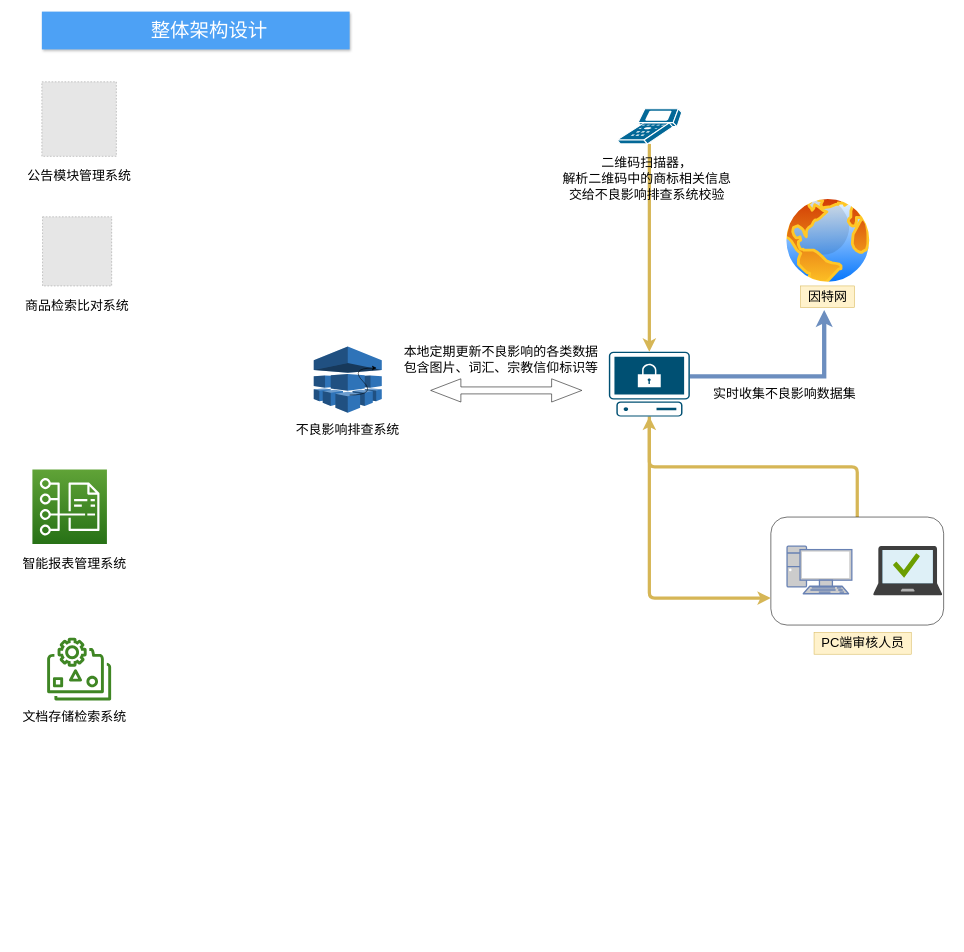
Before: network/overall-architecture-design.drawio in MarchAwake/design-graph, a draw.io diagram. Source tidied: cells renumbered, new cells numbered last; positions are measured from the earlier drawing's top-left corner, leaving out a move shared by most shapes. Both pictures are drawn from the tidied source at 54%, with x=0, y=0 at pixel (9, 11). Pictures stored in the file or linked from it are replaced by grey dashed boxes.
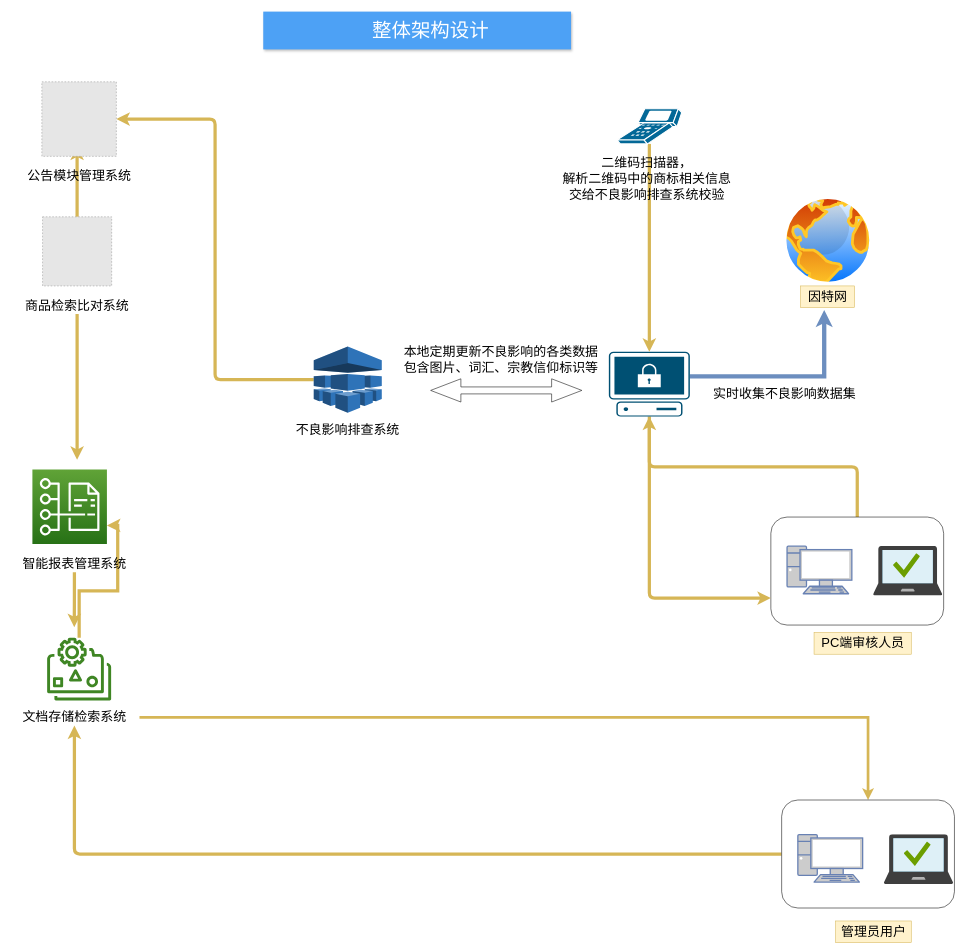
The same diagram, later.

The change refers to these unchanged cells:
```xml
<mxCell id="5" style="sketch=0;outlineConnect=0;fontColor=#232F3E;gradientColor=none;fillColor=#3F8624;strokeColor=none;dashed=0;verticalLabelPosition=bottom;verticalAlign=top;align=center;html=1;fontSize=12;fontStyle=0;shape=mxgraph.aws4.elastic_file_system_intelligent_tiering;" parent="1" vertex="1">
  <mxGeometry x="69.8" y="1159" width="118.5" height="117" as="geometry" />
</mxCell>
<mxCell id="6" value="&lt;p class=&quot;MsoNormal&quot;&gt;&lt;font style=&quot;font-size: 24px;&quot;&gt;文档存储检索系统&lt;/font&gt;&lt;/p&gt;" style="text;html=1;strokeColor=none;fillColor=none;align=center;verticalAlign=middle;whiteSpace=wrap;rounded=0;" parent="1" vertex="1">
  <mxGeometry x="-0.2" y="1292" width="241" height="30" as="geometry" />
</mxCell>
<mxCell id="7" style="fillColor=#E6E6E6;strokeColor=#999999;dashed=1;html=1;verticalAlign=top;verticalLabelPosition=bottom;labelBackgroundColor=#ffffff;" parent="1" vertex="1">
  <mxGeometry x="61.3" y="380" width="128" height="128" as="geometry" />
</mxCell>
<mxCell id="8" value="&lt;p class=&quot;MsoNormal&quot;&gt;&lt;span style=&quot;font-size: 24px;&quot;&gt;商品检索比对系统&lt;/span&gt;&lt;/p&gt;" style="text;html=1;strokeColor=none;fillColor=none;align=center;verticalAlign=middle;whiteSpace=wrap;rounded=0;" parent="1" vertex="1">
  <mxGeometry x="4.8" y="530" width="241" height="30" as="geometry" />
</mxCell>
<mxCell id="9" style="outlineConnect=0;dashed=0;verticalLabelPosition=bottom;verticalAlign=top;align=center;html=1;shape=mxgraph.aws3.machine_learning;fillColor=#2E73B8;gradientColor=none;" parent="1" vertex="1">
  <mxGeometry x="563.5" y="620" width="126" height="123" as="geometry" />
</mxCell>
<mxCell id="11" style="fillColor=#E6E6E6;strokeColor=#999999;dashed=1;html=1;verticalAlign=top;verticalLabelPosition=bottom;labelBackgroundColor=#ffffff;" parent="1" vertex="1">
  <mxGeometry x="60" y="130" width="138" height="138" as="geometry" />
</mxCell>
<mxCell id="13" style="sketch=0;points=[[0,0,0],[0.25,0,0],[0.5,0,0],[0.75,0,0],[1,0,0],[0,1,0],[0.25,1,0],[0.5,1,0],[0.75,1,0],[1,1,0],[0,0.25,0],[0,0.5,0],[0,0.75,0],[1,0.25,0],[1,0.5,0],[1,0.75,0]];outlineConnect=0;fontColor=#232F3E;gradientColor=#60A337;gradientDirection=north;fillColor=#277116;strokeColor=#ffffff;dashed=0;verticalLabelPosition=bottom;verticalAlign=top;align=center;html=1;fontSize=12;fontStyle=0;shape=mxgraph.aws4.resourceIcon;resIcon=mxgraph.aws4.cost_and_usage_report;" parent="1" vertex="1">
  <mxGeometry x="42.5" y="848" width="138" height="138" as="geometry" />
</mxCell>
<mxCell id="14" value="&lt;p class=&quot;MsoNormal&quot;&gt;&lt;span style=&quot;font-size: 24px;&quot;&gt;智能报表管理系统&lt;/span&gt;&lt;/p&gt;" style="text;html=1;strokeColor=none;fillColor=none;align=center;verticalAlign=middle;whiteSpace=wrap;rounded=0;" parent="1" vertex="1">
  <mxGeometry x="-0.2" y="1008" width="241" height="30" as="geometry" />
</mxCell>
```

Change to the diagram source:
```diff
@@
     <mxCell id="4" value="&lt;span style=&quot;font-size: 36px;&quot;&gt;整体架构设计&lt;/span&gt;" style="fillColor=#4DA1F5;strokeColor=none;shadow=1;gradientColor=none;fontSize=14;align=center;spacingLeft=50;fontColor=#ffffff;whiteSpace=wrap;html=1;" parent="1" vertex="1">
-      <mxGeometry x="60" width="570" height="70" as="geometry" />
+      <mxGeometry x="470" width="570" height="70" as="geometry" />
     </mxCell>
+    <mxCell id="30" style="edgeStyle=orthogonalEdgeStyle;rounded=0;jettySize=auto;html=1;entryX=1;entryY=0.75;entryDx=0;entryDy=0;entryPerimeter=0;fillColor=#fff2cc;strokeColor=#d6b656;strokeWidth=6;" parent="1" edge="1" source="5" target="13">
+      <mxGeometry relative="1" as="geometry" />
+    </mxCell>
@@
+    <mxCell id="31" style="edgeStyle=orthogonalEdgeStyle;rounded=0;jettySize=auto;html=1;entryX=0.5;entryY=0;entryDx=0;entryDy=0;strokeWidth=5;fillColor=#fff2cc;strokeColor=#d6b656;" parent="1" edge="1" source="6" target="37">
+      <mxGeometry relative="1" as="geometry" />
+    </mxCell>
@@
+    <mxCell id="32" style="edgeStyle=orthogonalEdgeStyle;rounded=0;jettySize=auto;html=1;entryX=0.473;entryY=0.87;entryDx=0;entryDy=0;entryPerimeter=0;fillColor=#fff2cc;strokeColor=#d6b656;strokeWidth=6;" parent="1" edge="1" source="7" target="11">
+      <mxGeometry relative="1" as="geometry" />
+    </mxCell>
@@
+    <mxCell id="33" style="edgeStyle=orthogonalEdgeStyle;rounded=1;jettySize=auto;html=1;fillColor=#fff2cc;strokeColor=#d6b656;strokeWidth=6;" parent="1" edge="1" source="8">
+      <mxGeometry relative="1" as="geometry">
+        <mxPoint x="125.3" y="830" as="targetPoint" />
+      </mxGeometry>
+    </mxCell>
@@
+    <mxCell id="34" style="edgeStyle=orthogonalEdgeStyle;rounded=1;jettySize=auto;html=1;entryX=1;entryY=0.5;entryDx=0;entryDy=0;fillColor=#fff2cc;strokeColor=#d6b656;strokeWidth=6;" parent="1" edge="1" source="9" target="11">
+      <mxGeometry relative="1" as="geometry" />
+    </mxCell>
@@
+    <mxCell id="35" style="edgeStyle=orthogonalEdgeStyle;rounded=1;jettySize=auto;html=1;fillColor=#fff2cc;strokeColor=#d6b656;strokeWidth=6;" parent="1" edge="1" source="14">
+      <mxGeometry relative="1" as="geometry">
+        <mxPoint x="120" y="1140" as="targetPoint" />
+      </mxGeometry>
+    </mxCell>
@@
-    <mxCell id="29" style="curved=1;endArrow=classic;html=1;rounded=0;" parent="1" edge="1">
-      <mxGeometry relative="1" as="geometry">
-        <mxPoint x="630" y="710" as="sourcePoint" />
-        <mxPoint x="680" y="660" as="targetPoint" />
-        <Array as="points">
-          <mxPoint x="680" y="710" />
-          <mxPoint x="630" y="660" />
-        </Array>
-      </mxGeometry>
-    </mxCell>
+    <mxCell id="36" style="edgeStyle=orthogonalEdgeStyle;rounded=1;jettySize=auto;html=1;exitX=0;exitY=0.5;exitDx=0;exitDy=0;entryX=0.5;entryY=1;entryDx=0;entryDy=0;fillColor=#fff2cc;strokeColor=#d6b656;strokeWidth=6;" parent="1" edge="1" source="37" target="6">
+      <mxGeometry relative="1" as="geometry" />
+    </mxCell>
+    <mxCell id="37" style="rounded=1;whiteSpace=wrap;html=1;" parent="1" vertex="1">
+      <mxGeometry x="1430" y="1460" width="320" height="200" as="geometry" />
+    </mxCell>
+    <mxCell id="38" style="fontColor=#0066CC;verticalAlign=top;verticalLabelPosition=bottom;labelPosition=center;align=center;html=1;fillColor=#CCCCCC;strokeColor=#6881B3;gradientColor=none;gradientDirection=north;strokeWidth=2;shape=mxgraph.networks.pc;" parent="1" vertex="1">
+      <mxGeometry x="1460" y="1524" width="120" height="88" as="geometry" />
+    </mxCell>
+    <mxCell id="39" style="image;sketch=0;html=1;align=center;fontSize=12;image=img/lib/mscae/Managed_Desktop.svg;" parent="1" vertex="1">
+      <mxGeometry x="1620" y="1524" width="127.8" height="92" as="geometry" />
+    </mxCell>
+    <mxCell id="40" value="&lt;span style=&quot;font-size: 24px;&quot;&gt;管理员用户&lt;/span&gt;" style="text;html=1;align=center;verticalAlign=middle;strokeColor=#d6b656;fillColor=#fff2cc;" parent="1" vertex="1">
+      <mxGeometry x="1530" y="1684" width="140" height="40" as="geometry" />
+    </mxCell>
```
